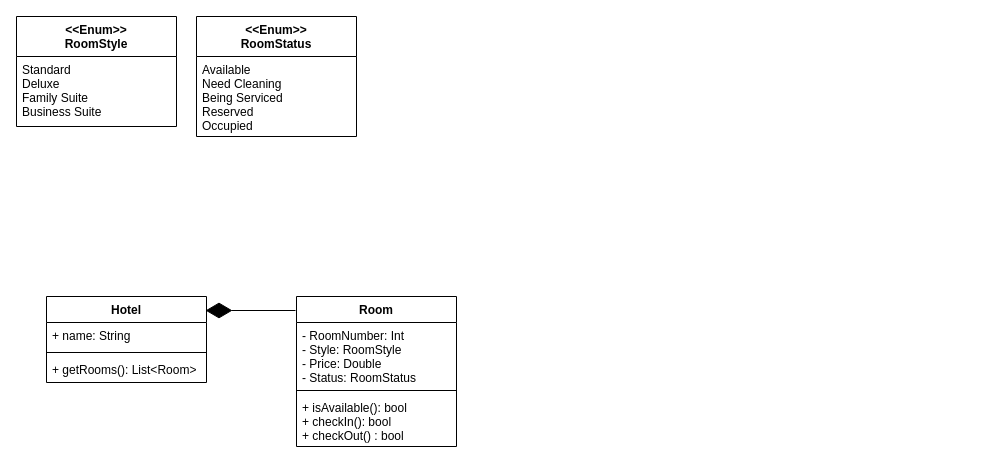
ziwang0411/Draw.io-Repo keeps this draw.io diagram as Untitled Diagram.drawio. Above is the earlier version. Source tidied: cells renumbered, new cells numbered last; positions are measured from the earlier drawing's top-left corner, leaving out a move shared by most shapes. Both pictures are drawn from the tidied source at 100%, with x=0, y=0 at pixel (16, 16).
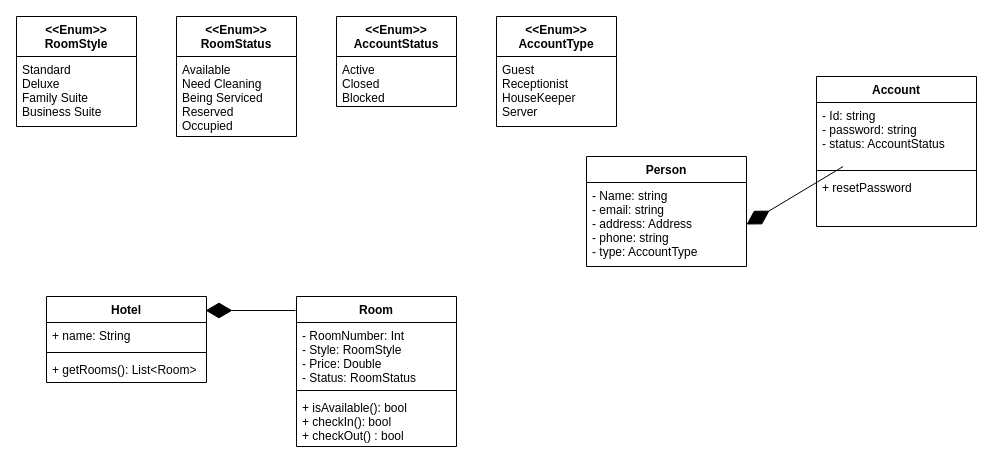
The same diagram, later.

Diff of the diagram source:
```diff
@@
     <mxCell id="11" value="&lt;&lt;Enum&gt;&gt;&#10;RoomStyle" style="swimlane;fontStyle=1;align=center;verticalAlign=top;horizontal=1;startSize=40;" parent="1" vertex="1">
-      <mxGeometry width="160" height="110" as="geometry" />
+      <mxGeometry width="120" height="110" as="geometry" />
     </mxCell>
     <mxCell id="12" value="Standard&#10;Deluxe&#10;Family Suite&#10;Business Suite" style="text;strokeColor=none;fillColor=none;align=left;verticalAlign=top;spacingLeft=4;spacingRight=4;overflow=hidden;" parent="11" vertex="1">
-      <mxGeometry y="40" width="160" height="70" as="geometry" />
+      <mxGeometry y="40" width="120" height="70" as="geometry" />
     </mxCell>
     <mxCell id="13" value="&lt;&lt;Enum&gt;&gt;&#10;RoomStatus" style="swimlane;fontStyle=1;align=center;verticalAlign=top;horizontal=1;startSize=40;" parent="1" vertex="1">
-      <mxGeometry x="180" width="160" height="120" as="geometry" />
+      <mxGeometry x="160" width="120" height="120" as="geometry" />
     </mxCell>
     <mxCell id="14" value="Available&#10;Need Cleaning&#10;Being Serviced&#10;Reserved&#10;Occupied" style="text;strokeColor=none;fillColor=none;align=left;verticalAlign=top;spacingLeft=4;spacingRight=4;overflow=hidden;" parent="13" vertex="1">
-      <mxGeometry y="40" width="160" height="80" as="geometry" />
+      <mxGeometry y="40" width="120" height="80" as="geometry" />
     </mxCell>
+    <mxCell id="15" value="Account" style="swimlane;fontStyle=1;align=center;verticalAlign=top;horizontal=1;startSize=26;" parent="1" vertex="1">
+      <mxGeometry x="800" y="60" width="160" height="150" as="geometry" />
+    </mxCell>
+    <mxCell id="16" value="- Id: string&#10;- password: string&#10;- status: AccountStatus" style="text;strokeColor=none;fillColor=none;align=left;verticalAlign=top;spacingLeft=4;spacingRight=4;overflow=hidden;points=[[0,0.5],[1,0.5]];portConstraint=eastwest;" parent="15" vertex="1">
+      <mxGeometry y="26" width="160" height="64" as="geometry" />
+    </mxCell>
+    <mxCell id="17" style="line;strokeWidth=1;fillColor=none;align=left;verticalAlign=middle;spacingTop=-1;spacingLeft=3;spacingRight=3;labelPosition=right;" parent="15" vertex="1">
+      <mxGeometry y="90" width="160" height="8" as="geometry" />
+    </mxCell>
+    <mxCell id="18" value="+ resetPassword" style="text;strokeColor=none;fillColor=none;align=left;verticalAlign=top;spacingLeft=4;spacingRight=4;overflow=hidden;" parent="15" vertex="1">
+      <mxGeometry y="98" width="160" height="52" as="geometry" />
+    </mxCell>
+    <mxCell id="19" value="&lt;&lt;Enum&gt;&gt;&#10;AccountStatus" style="swimlane;fontStyle=1;align=center;verticalAlign=top;horizontal=1;startSize=40;" parent="1" vertex="1">
+      <mxGeometry x="320" width="120" height="90" as="geometry" />
+    </mxCell>
+    <mxCell id="20" value="Active&#10;Closed&#10;Blocked&#10;" style="text;strokeColor=none;fillColor=none;align=left;verticalAlign=top;spacingLeft=4;spacingRight=4;overflow=hidden;" parent="19" vertex="1">
+      <mxGeometry y="40" width="120" height="50" as="geometry" />
+    </mxCell>
+    <mxCell id="21" value="Person" style="swimlane;fontStyle=1;align=center;verticalAlign=top;horizontal=1;startSize=26;" parent="1" vertex="1">
+      <mxGeometry x="570" y="140" width="160" height="110" as="geometry" />
+    </mxCell>
+    <mxCell id="22" value="- Name: string&#10;- email: string&#10;- address: Address&#10;- phone: string&#10;- type: AccountType" style="text;strokeColor=none;fillColor=none;align=left;verticalAlign=top;spacingLeft=4;spacingRight=4;overflow=hidden;points=[[0,0.5],[1,0.5]];portConstraint=eastwest;" parent="21" vertex="1">
+      <mxGeometry y="26" width="160" height="84" as="geometry" />
+    </mxCell>
+    <mxCell id="23" style="endArrow=diamondThin;endFill=1;endSize=24;html=1;entryX=1;entryY=0.5;entryDx=0;entryDy=0;" parent="1" edge="1" source="16" target="22">
+      <mxGeometry relative="1" as="geometry" />
+    </mxCell>
+    <mxCell id="24" value="&lt;&lt;Enum&gt;&gt;&#10;AccountType" style="swimlane;fontStyle=1;align=center;verticalAlign=top;horizontal=1;startSize=40;" parent="1" vertex="1">
+      <mxGeometry x="480" width="120" height="110" as="geometry" />
+    </mxCell>
+    <mxCell id="25" value="Guest&#10;Receptionist&#10;HouseKeeper&#10;Server" style="text;strokeColor=none;fillColor=none;align=left;verticalAlign=top;spacingLeft=4;spacingRight=4;overflow=hidden;" parent="24" vertex="1">
+      <mxGeometry y="40" width="120" height="70" as="geometry" />
+    </mxCell>
```
